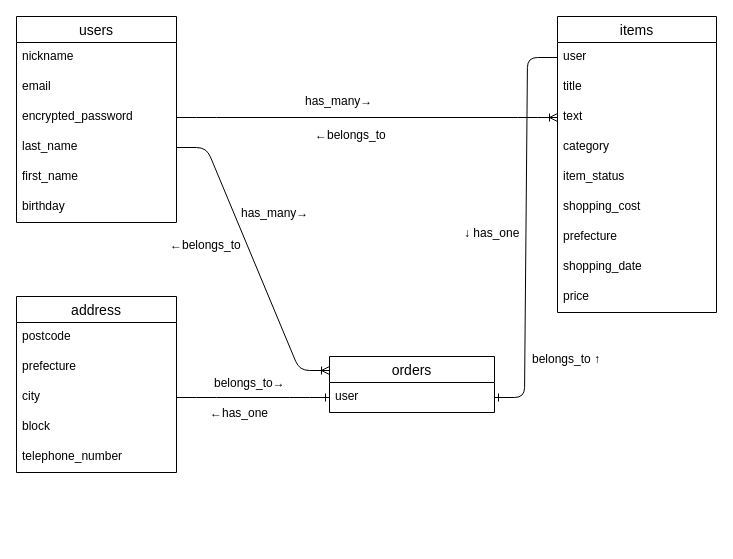
Above: furima.dio in dagjwtpoad/furima-40000 (draw.io), before the change. Source tidied: cells renumbered, new cells numbered last; positions are measured from the earlier drawing's top-left corner, leaving out a move shared by most shapes. Both pictures are drawn from the tidied source at 100%, with x=0, y=0 at pixel (16, 16).
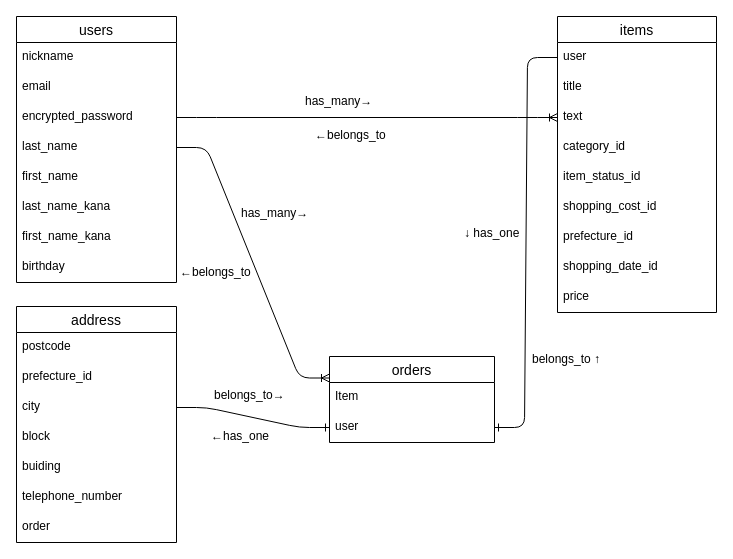
Above is the later version.

Unchanged cells that the change refers to:
```xml
<mxCell id="9" value="items" style="swimlane;fontStyle=0;horizontal=1;startSize=26;align=center;fontSize=14;" parent="1" vertex="1">
  <mxGeometry x="541" width="159" height="296" as="geometry" />
</mxCell>
```

Diff of the diagram source:
```diff
@@
     <mxCell id="2" value="users" style="swimlane;fontStyle=0;horizontal=1;startSize=26;align=center;fontSize=14;" parent="1" vertex="1">
-      <mxGeometry width="160" height="206" as="geometry" />
+      <mxGeometry width="160" height="266" as="geometry" />
     </mxCell>
@@
+    <mxCell id="63" value="last_name_kana" style="text;strokeColor=none;fillColor=none;spacingLeft=4;spacingRight=4;overflow=hidden;fontSize=12;" parent="2" vertex="1">
+      <mxGeometry y="176" width="160" height="30" as="geometry" />
+    </mxCell>
+    <mxCell id="64" value="first_name_kana" style="text;strokeColor=none;fillColor=none;spacingLeft=4;spacingRight=4;overflow=hidden;fontSize=12;" parent="2" vertex="1">
+      <mxGeometry y="206" width="160" height="30" as="geometry" />
+    </mxCell>
     <mxCell id="8" value="birthday" style="text;strokeColor=none;fillColor=none;spacingLeft=4;spacingRight=4;overflow=hidden;fontSize=12;" parent="2" vertex="1">
-      <mxGeometry y="176" width="160" height="30" as="geometry" />
+      <mxGeometry y="236" width="160" height="30" as="geometry" />
     </mxCell>
@@
-    <mxCell id="13" value="category" style="text;strokeColor=none;fillColor=none;spacingLeft=4;spacingRight=4;overflow=hidden;fontSize=12;" parent="9" vertex="1">
+    <mxCell id="13" value="category_id" style="text;strokeColor=none;fillColor=none;spacingLeft=4;spacingRight=4;overflow=hidden;fontSize=12;" parent="9" vertex="1">
       <mxGeometry y="116" width="159" height="30" as="geometry" />
     </mxCell>
-    <mxCell id="14" value="item_status" style="text;strokeColor=none;fillColor=none;spacingLeft=4;spacingRight=4;overflow=hidden;fontSize=12;" parent="9" vertex="1">
+    <mxCell id="14" value="item_status_id" style="text;strokeColor=none;fillColor=none;spacingLeft=4;spacingRight=4;overflow=hidden;fontSize=12;" parent="9" vertex="1">
       <mxGeometry y="146" width="159" height="30" as="geometry" />
     </mxCell>
-    <mxCell id="15" value="shopping_cost" style="text;strokeColor=none;fillColor=none;spacingLeft=4;spacingRight=4;overflow=hidden;fontSize=12;" parent="9" vertex="1">
+    <mxCell id="15" value="shopping_cost_id" style="text;strokeColor=none;fillColor=none;spacingLeft=4;spacingRight=4;overflow=hidden;fontSize=12;" parent="9" vertex="1">
       <mxGeometry y="176" width="159" height="30" as="geometry" />
     </mxCell>
-    <mxCell id="16" value="prefecture" style="text;strokeColor=none;fillColor=none;spacingLeft=4;spacingRight=4;overflow=hidden;fontSize=12;" parent="9" vertex="1">
+    <mxCell id="16" value="prefecture_id" style="text;strokeColor=none;fillColor=none;spacingLeft=4;spacingRight=4;overflow=hidden;fontSize=12;" parent="9" vertex="1">
       <mxGeometry y="206" width="159" height="30" as="geometry" />
     </mxCell>
-    <mxCell id="17" value="shopping_date" style="text;strokeColor=none;fillColor=none;spacingLeft=4;spacingRight=4;overflow=hidden;fontSize=12;" parent="9" vertex="1">
+    <mxCell id="17" value="shopping_date_id" style="text;strokeColor=none;fillColor=none;spacingLeft=4;spacingRight=4;overflow=hidden;fontSize=12;" parent="9" vertex="1">
       <mxGeometry y="236" width="159" height="30" as="geometry" />
     </mxCell>
@@
     <mxCell id="20" value="address" style="swimlane;fontStyle=0;horizontal=1;startSize=26;align=center;fontSize=14;" parent="1" vertex="1">
-      <mxGeometry y="280" width="160" height="176" as="geometry" />
+      <mxGeometry y="290" width="160" height="236" as="geometry" />
     </mxCell>
@@
-    <mxCell id="22" value="prefecture" style="text;strokeColor=none;fillColor=none;spacingLeft=4;spacingRight=4;overflow=hidden;fontSize=12;" parent="20" vertex="1">
+    <mxCell id="22" value="prefecture_id" style="text;strokeColor=none;fillColor=none;spacingLeft=4;spacingRight=4;overflow=hidden;fontSize=12;" parent="20" vertex="1">
       <mxGeometry y="56" width="160" height="30" as="geometry" />
     </mxCell>
@@
+    <mxCell id="65" value="buiding" style="text;strokeColor=none;fillColor=none;spacingLeft=4;spacingRight=4;overflow=hidden;fontSize=12;" parent="20" vertex="1">
+      <mxGeometry y="146" width="160" height="30" as="geometry" />
+    </mxCell>
     <mxCell id="25" value="telephone_number" style="text;strokeColor=none;fillColor=none;spacingLeft=4;spacingRight=4;overflow=hidden;fontSize=12;" parent="20" vertex="1">
-      <mxGeometry y="146" width="160" height="30" as="geometry" />
+      <mxGeometry y="176" width="160" height="30" as="geometry" />
     </mxCell>
+    <mxCell id="66" value="order" style="text;strokeColor=none;fillColor=none;spacingLeft=4;spacingRight=4;overflow=hidden;fontSize=12;" parent="20" vertex="1">
+      <mxGeometry y="206" width="160" height="30" as="geometry" />
+    </mxCell>
     <mxCell id="26" value="orders" style="swimlane;fontStyle=0;horizontal=1;startSize=26;align=center;fontSize=14;direction=east;" parent="1" vertex="1">
-      <mxGeometry x="313" y="340" width="165" height="56" as="geometry" />
+      <mxGeometry x="313" y="340" width="165" height="86" as="geometry" />
     </mxCell>
+    <mxCell id="67" value="Item" style="text;strokeColor=none;fillColor=none;spacingLeft=4;spacingRight=4;overflow=hidden;fontSize=12;" parent="26" vertex="1">
+      <mxGeometry y="26" width="165" height="30" as="geometry" />
+    </mxCell>
     <mxCell id="27" value="user" style="text;strokeColor=none;fillColor=none;spacingLeft=4;spacingRight=4;overflow=hidden;points=[[0,0.5],[1,0.5]];portConstraint=eastwest;fontSize=12;" parent="26" vertex="1">
-      <mxGeometry y="26" width="165" height="30" as="geometry" />
+      <mxGeometry y="56" width="165" height="30" as="geometry" />
     </mxCell>
@@
     <mxCell id="43" style="shape=table;startSize=0;childLayout=tableLayout;rowLines=0;fontStyle=0;align=center;strokeColor=none;fillColor=none;" parent="1" vertex="1">
-      <mxGeometry x="116" y="213" width="180" height="30" as="geometry" />
+      <mxGeometry x="126" y="223" width="180" height="64" as="geometry" />
     </mxCell>
     <mxCell id="44" style="shape=tableRow;horizontal=0;startSize=0;swimlaneHead=0;swimlaneBody=0;fillColor=none;top=0;left=0;right=0;bottom=0;" parent="43" vertex="1">
-      <mxGeometry width="180" height="30" as="geometry" />
+      <mxGeometry width="180" height="64" as="geometry" />
     </mxCell>
     <mxCell id="45" style="shape=partialRectangle;fillColor=none;top=0;left=0;bottom=0;right=0;overflow=hidden;" parent="44" vertex="1">
-      <mxGeometry width="30" height="30" as="geometry" />
+      <mxGeometry width="30" height="64" as="geometry" />
     </mxCell>
     <mxCell id="46" value="←belongs_to" style="shape=partialRectangle;fillColor=none;top=0;left=0;bottom=0;right=0;align=left;spacingLeft=6;overflow=hidden;" parent="44" vertex="1">
-      <mxGeometry x="30" width="150" height="30" as="geometry" />
+      <mxGeometry x="30" width="150" height="64" as="geometry" />
     </mxCell>
     <mxCell id="47" style="shape=table;startSize=0;childLayout=tableLayout;rowLines=0;fontStyle=0;align=center;strokeColor=none;fillColor=none;" parent="1" vertex="1">
-      <mxGeometry x="160" y="351" width="180" height="30" as="geometry" />
+      <mxGeometry x="160" y="363" width="180" height="30" as="geometry" />
     </mxCell>
@@
     <mxCell id="51" style="shape=table;startSize=0;childLayout=tableLayout;rowLines=0;fontStyle=0;align=center;strokeColor=none;fillColor=none;" parent="1" vertex="1">
-      <mxGeometry x="156" y="381" width="180" height="30" as="geometry" />
+      <mxGeometry x="157" y="404" width="180" height="30" as="geometry" />
     </mxCell>
```
